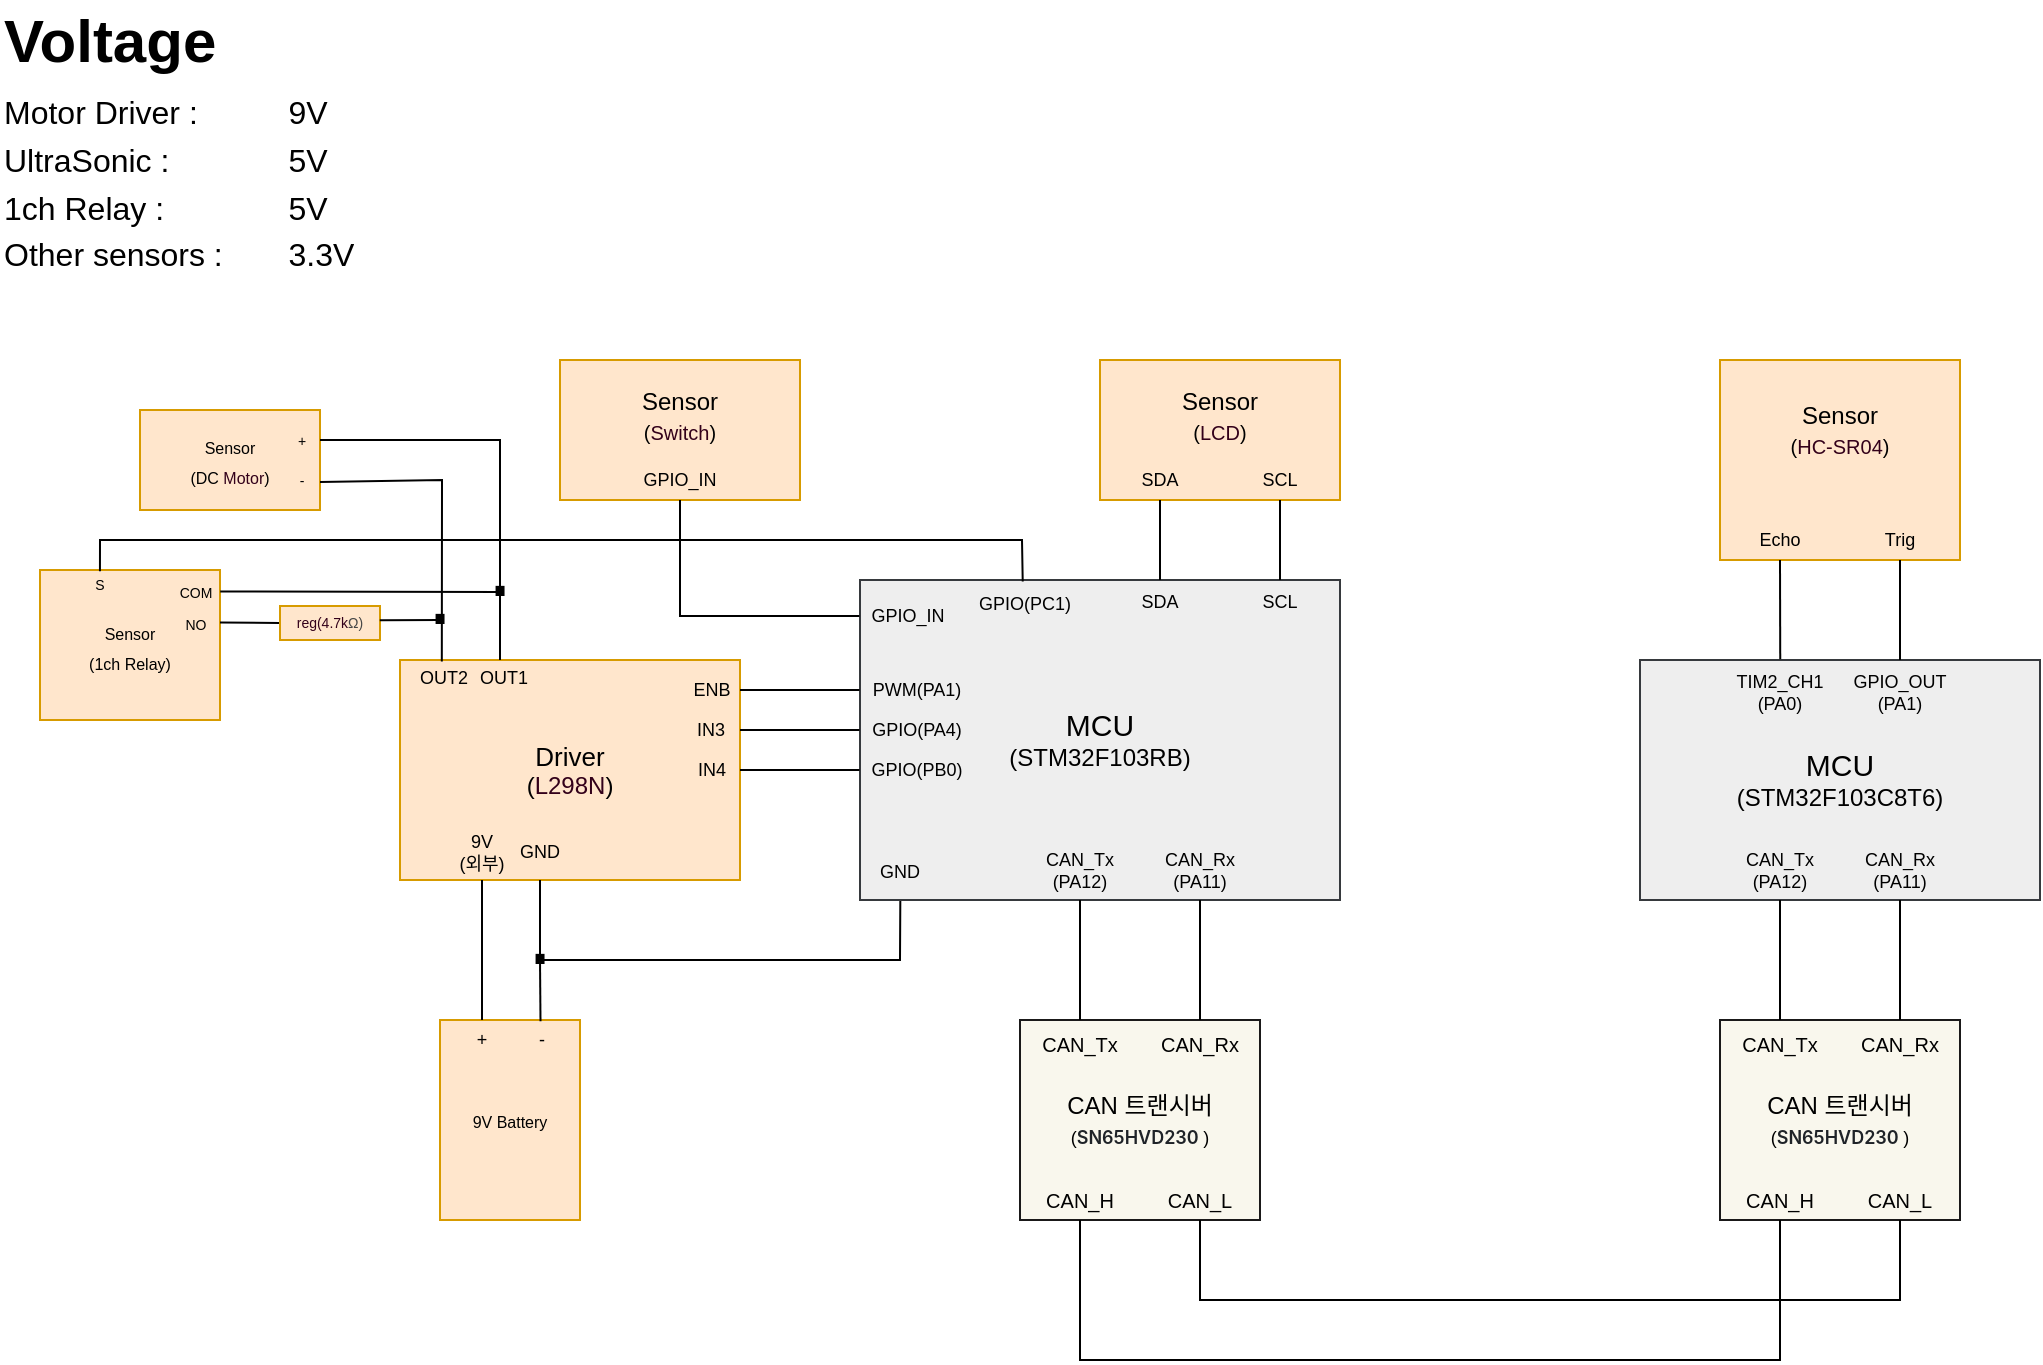
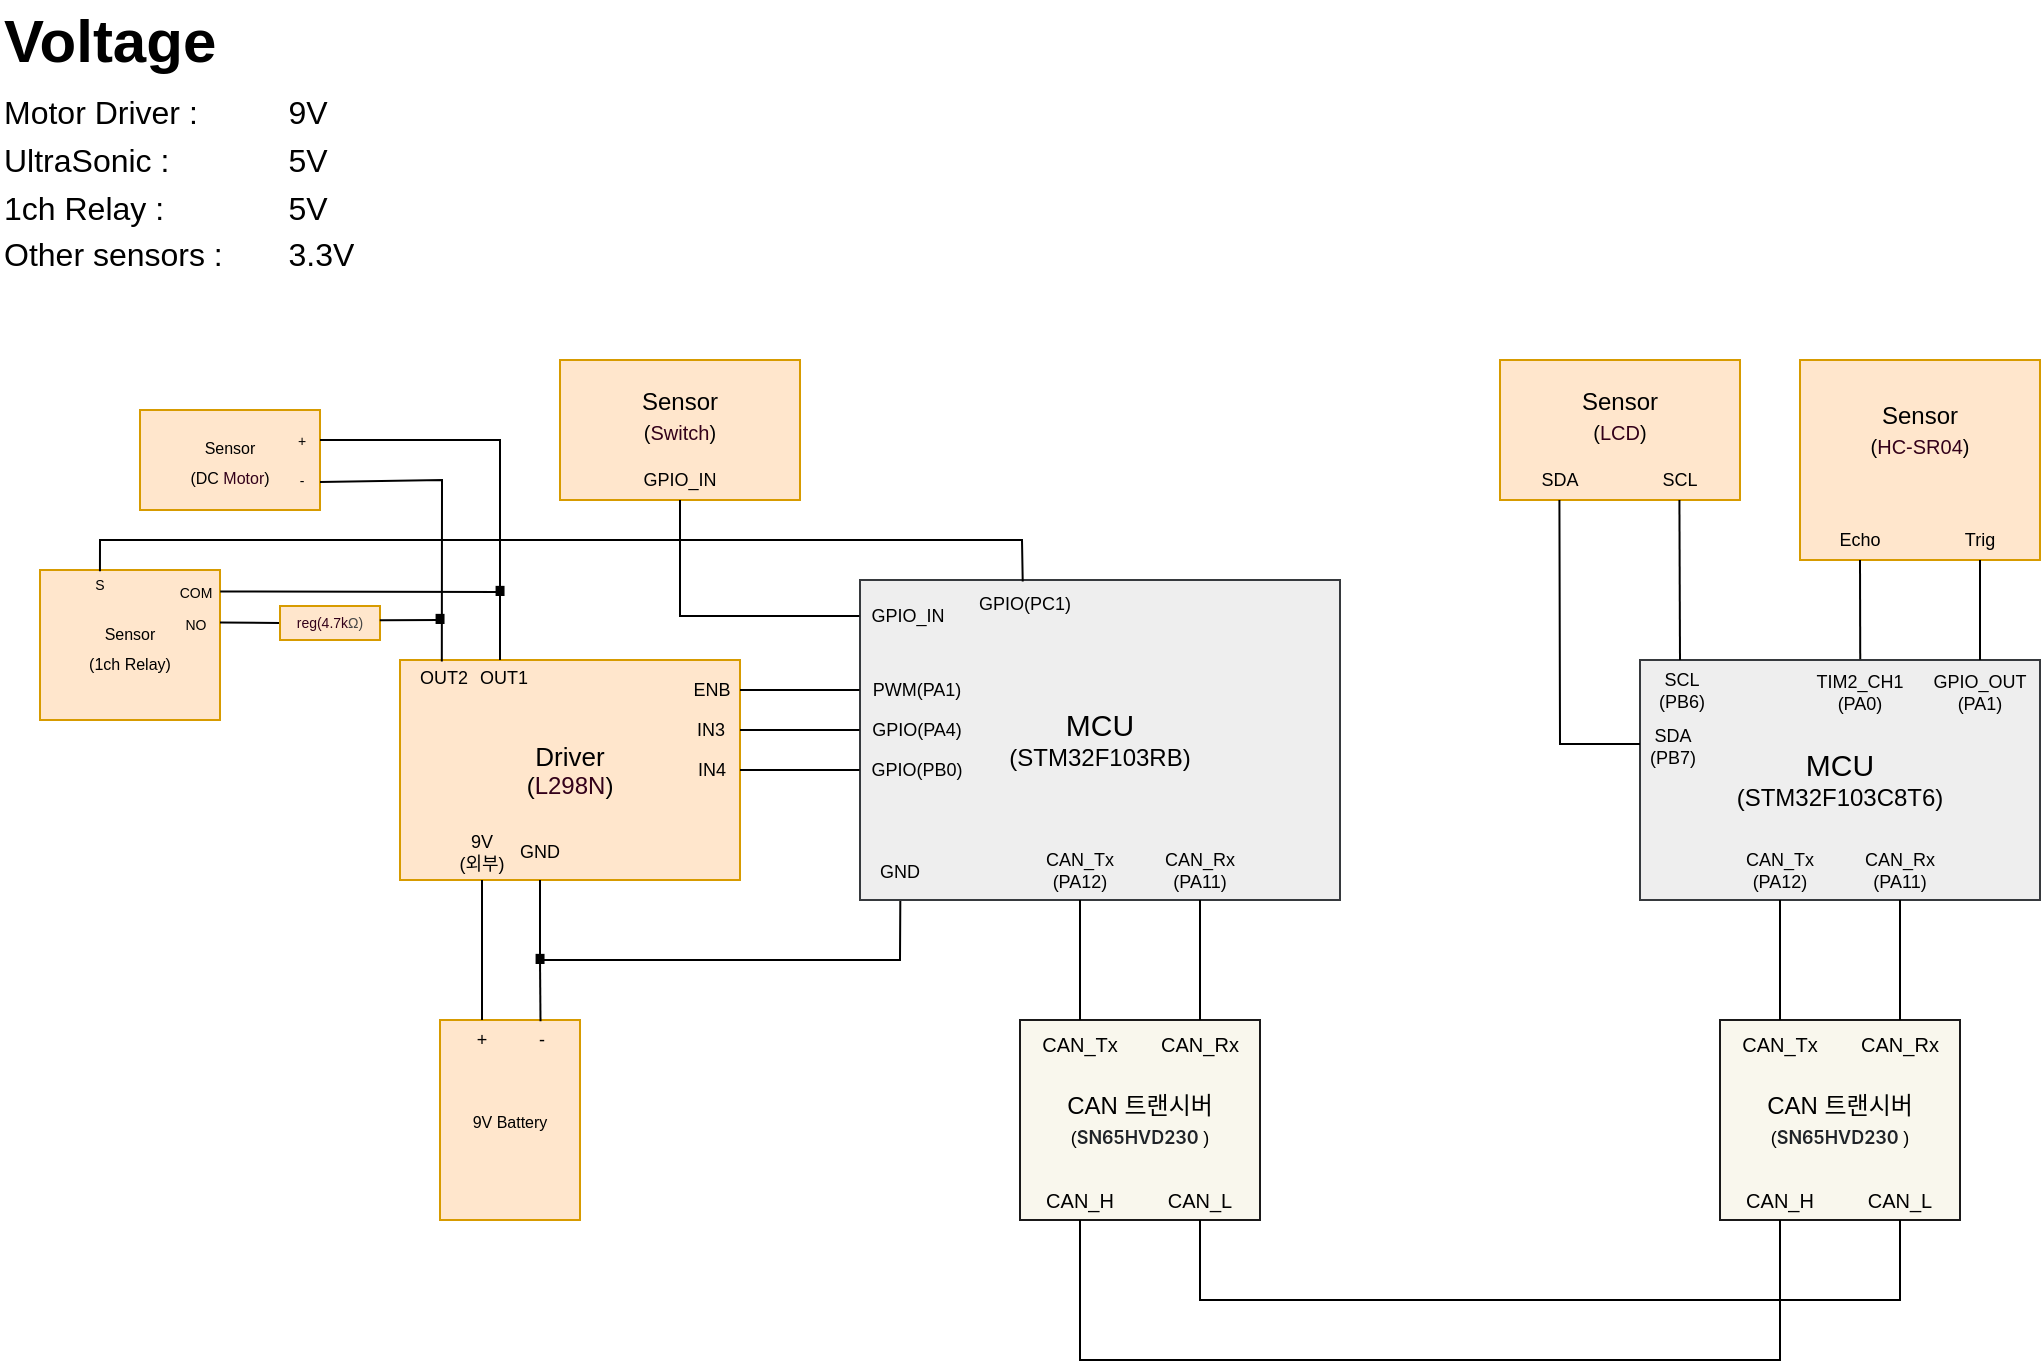
- <mxfile host="app.diagrams.net" agent="Mozilla/5.0 (Windows NT 10.0; Win64; x64) AppleWebKit/537.36 (KHTML, like Gecko) Chrome/135.0.0.0 Safari/537.36" version="26.2.14" pages="2">
+ <mxfile host="app.diagrams.net" agent="Mozilla/5.0 (Windows NT 10.0; Win64; x64) AppleWebKit/537.36 (KHTML, like Gecko) Chrome/136.0.0.0 Safari/537.36" version="26.2.14" pages="2">
  <diagram name="페이지-1" id="bV-VDJoUi6MywUOajjM0">
-     <mxGraphModel dx="1042" dy="623" grid="1" gridSize="10" guides="1" tooltips="1" connect="1" arrows="1" fold="1" page="1" pageScale="1" pageWidth="1169" pageHeight="827" math="0" shadow="0">
+     <mxGraphModel dx="289" dy="173" grid="1" gridSize="10" guides="1" tooltips="1" connect="1" arrows="1" fold="1" page="1" pageScale="1" pageWidth="1169" pageHeight="827" math="0" shadow="0">
      <root>
        <mxCell id="0" />
        <mxCell id="1" parent="0" />
        <mxCell id="6h7fnUpnQVIAR-fBUBs6-1" value="" style="rounded=0;whiteSpace=wrap;html=1;fillColor=#eeeeee;strokeColor=#36393d;" parent="1" vertex="1">
          <mxGeometry x="480" y="310" width="240" height="160" as="geometry" />
        </mxCell>
        <mxCell id="6h7fnUpnQVIAR-fBUBs6-3" value="" style="rounded=0;whiteSpace=wrap;html=1;fillColor=#eeeeee;strokeColor=#36393d;" parent="1" vertex="1">
          <mxGeometry x="870" y="350" width="200" height="120" as="geometry" />
        </mxCell>
        <mxCell id="6h7fnUpnQVIAR-fBUBs6-6" value="&lt;font style=&quot;font-size: 15px;&quot;&gt;MCU&lt;/font&gt;&lt;div&gt;(&lt;span style=&quot;background-color: transparent; color: light-dark(rgb(0, 0, 0), rgb(255, 255, 255));&quot;&gt;STM32F103RB)&lt;/span&gt;&lt;/div&gt;" style="text;html=1;align=center;verticalAlign=middle;whiteSpace=wrap;rounded=0;" parent="1" vertex="1">
          <mxGeometry x="480" y="310" width="240" height="160" as="geometry" />
        </mxCell>
        <mxCell id="6h7fnUpnQVIAR-fBUBs6-9" value="&lt;font style=&quot;font-size: 15px;&quot;&gt;MCU&lt;/font&gt;&lt;div&gt;(&lt;span style=&quot;background-color: transparent; color: light-dark(rgb(0, 0, 0), rgb(255, 255, 255));&quot;&gt;STM32F103C8T6)&lt;/span&gt;&lt;/div&gt;" style="text;html=1;align=center;verticalAlign=middle;whiteSpace=wrap;rounded=0;" parent="1" vertex="1">
          <mxGeometry x="915" y="395" width="110" height="30" as="geometry" />
        </mxCell>
        <mxCell id="6h7fnUpnQVIAR-fBUBs6-10" value="" style="rounded=0;whiteSpace=wrap;html=1;fillColor=#f9f7ed;strokeColor=light-dark(#1a1919, #261d00);strokeWidth=1;glass=0;" parent="1" vertex="1">
          <mxGeometry x="560" y="530" width="120" height="100" as="geometry" />
        </mxCell>
        <mxCell id="6h7fnUpnQVIAR-fBUBs6-12" value="" style="rounded=0;whiteSpace=wrap;html=1;fillColor=#f9f7ed;strokeColor=light-dark(#1a1919, #261d00);strokeWidth=1;glass=0;" parent="1" vertex="1">
          <mxGeometry x="910" y="530" width="120" height="100" as="geometry" />
        </mxCell>
        <mxCell id="6h7fnUpnQVIAR-fBUBs6-14" value="" style="endArrow=none;html=1;rounded=0;exitX=0.25;exitY=0;exitDx=0;exitDy=0;" parent="1" source="6h7fnUpnQVIAR-fBUBs6-10" edge="1">
          <mxGeometry width="50" height="50" relative="1" as="geometry">
            <mxPoint x="540" y="520" as="sourcePoint" />
            <mxPoint x="590" y="470" as="targetPoint" />
          </mxGeometry>
        </mxCell>
        <mxCell id="6h7fnUpnQVIAR-fBUBs6-15" value="" style="endArrow=none;html=1;rounded=0;exitX=0.25;exitY=0;exitDx=0;exitDy=0;" parent="1" edge="1">
          <mxGeometry width="50" height="50" relative="1" as="geometry">
            <mxPoint x="650" y="530" as="sourcePoint" />
            <mxPoint x="650" y="470" as="targetPoint" />
          </mxGeometry>
        </mxCell>
        <mxCell id="6h7fnUpnQVIAR-fBUBs6-16" value="" style="endArrow=none;html=1;rounded=0;exitX=0.25;exitY=0;exitDx=0;exitDy=0;" parent="1" edge="1">
          <mxGeometry width="50" height="50" relative="1" as="geometry">
            <mxPoint x="940" y="530" as="sourcePoint" />
            <mxPoint x="940" y="470" as="targetPoint" />
          </mxGeometry>
        </mxCell>
        <mxCell id="6h7fnUpnQVIAR-fBUBs6-17" value="" style="endArrow=none;html=1;rounded=0;exitX=0.25;exitY=0;exitDx=0;exitDy=0;" parent="1" edge="1">
          <mxGeometry width="50" height="50" relative="1" as="geometry">
            <mxPoint x="1000" y="530" as="sourcePoint" />
            <mxPoint x="1000" y="470" as="targetPoint" />
          </mxGeometry>
        </mxCell>
        <mxCell id="6h7fnUpnQVIAR-fBUBs6-20" value="&lt;span&gt;CAN_T&lt;/span&gt;x&lt;div&gt;(PA12)&lt;/div&gt;" style="text;html=1;align=center;verticalAlign=middle;whiteSpace=wrap;rounded=0;fontSize=9;" parent="1" vertex="1">
          <mxGeometry x="910" y="440" width="60" height="30" as="geometry" />
        </mxCell>
        <mxCell id="6h7fnUpnQVIAR-fBUBs6-21" value="&lt;span&gt;CAN_R&lt;/span&gt;x&lt;div&gt;(PA11)&lt;/div&gt;" style="text;html=1;align=center;verticalAlign=middle;whiteSpace=wrap;rounded=0;fontSize=9;" parent="1" vertex="1">
          <mxGeometry x="970" y="440" width="60" height="30" as="geometry" />
        </mxCell>
        <mxCell id="6h7fnUpnQVIAR-fBUBs6-22" value="&lt;span&gt;CAN_&lt;/span&gt;Rx" style="text;html=1;align=center;verticalAlign=middle;whiteSpace=wrap;rounded=0;fontSize=10;" parent="1" vertex="1">
          <mxGeometry x="970" y="527" width="60" height="30" as="geometry" />
        </mxCell>
        <mxCell id="6h7fnUpnQVIAR-fBUBs6-23" value="&lt;span&gt;CAN_&lt;/span&gt;Tx" style="text;html=1;align=center;verticalAlign=middle;whiteSpace=wrap;rounded=0;fontSize=10;" parent="1" vertex="1">
          <mxGeometry x="910" y="527" width="60" height="30" as="geometry" />
        </mxCell>
        <mxCell id="6h7fnUpnQVIAR-fBUBs6-24" value="&lt;span&gt;CAN_&lt;/span&gt;Rx" style="text;html=1;align=center;verticalAlign=middle;whiteSpace=wrap;rounded=0;fontSize=10;" parent="1" vertex="1">
          <mxGeometry x="620" y="527" width="60" height="30" as="geometry" />
        </mxCell>
        <mxCell id="6h7fnUpnQVIAR-fBUBs6-25" value="&lt;span&gt;CAN_&lt;/span&gt;Tx" style="text;html=1;align=center;verticalAlign=middle;whiteSpace=wrap;rounded=0;fontSize=10;" parent="1" vertex="1">
          <mxGeometry x="560" y="527" width="60" height="30" as="geometry" />
        </mxCell>
        <mxCell id="6h7fnUpnQVIAR-fBUBs6-26" value="CAN 트랜시버&lt;br&gt;&lt;div&gt;&lt;font style=&quot;font-size: 9px;&quot;&gt;(&lt;span style=&quot;box-sizing: border-box; font-weight: 600; color: rgb(31, 35, 40); font-family: -apple-system, BlinkMacSystemFont, &amp;quot;Segoe UI&amp;quot;, &amp;quot;Noto Sans&amp;quot;, Helvetica, Arial, sans-serif, &amp;quot;Apple Color Emoji&amp;quot;, &amp;quot;Segoe UI Emoji&amp;quot;; text-align: left;&quot;&gt;&lt;font style=&quot;&quot;&gt;SN65HVD230&amp;nbsp;&lt;/font&gt;&lt;/span&gt;&lt;span style=&quot;background-color: transparent; color: light-dark(rgb(0, 0, 0), rgb(255, 255, 255));&quot;&gt;)&lt;/span&gt;&lt;/font&gt;&lt;/div&gt;" style="text;html=1;align=center;verticalAlign=middle;whiteSpace=wrap;rounded=0;" parent="1" vertex="1">
          <mxGeometry x="565" y="565" width="110" height="30" as="geometry" />
        </mxCell>
        <mxCell id="6h7fnUpnQVIAR-fBUBs6-27" value="CAN 트랜시버&lt;br&gt;&lt;div&gt;&lt;font style=&quot;font-size: 9px;&quot;&gt;(&lt;span style=&quot;box-sizing: border-box; font-weight: 600; color: rgb(31, 35, 40); font-family: -apple-system, BlinkMacSystemFont, &amp;quot;Segoe UI&amp;quot;, &amp;quot;Noto Sans&amp;quot;, Helvetica, Arial, sans-serif, &amp;quot;Apple Color Emoji&amp;quot;, &amp;quot;Segoe UI Emoji&amp;quot;; text-align: left;&quot;&gt;&lt;font style=&quot;&quot;&gt;SN65HVD230&amp;nbsp;&lt;/font&gt;&lt;/span&gt;&lt;span style=&quot;background-color: transparent; color: light-dark(rgb(0, 0, 0), rgb(255, 255, 255));&quot;&gt;)&lt;/span&gt;&lt;/font&gt;&lt;/div&gt;" style="text;html=1;align=center;verticalAlign=middle;whiteSpace=wrap;rounded=0;" parent="1" vertex="1">
          <mxGeometry x="915" y="565" width="110" height="30" as="geometry" />
        </mxCell>
        <mxCell id="6h7fnUpnQVIAR-fBUBs6-28" value="&lt;span&gt;CAN_H&lt;/span&gt;" style="text;html=1;align=center;verticalAlign=middle;whiteSpace=wrap;rounded=0;fontSize=10;" parent="1" vertex="1">
          <mxGeometry x="560" y="605" width="60" height="30" as="geometry" />
        </mxCell>
        <mxCell id="6h7fnUpnQVIAR-fBUBs6-29" value="&lt;span&gt;CAN_L&lt;/span&gt;" style="text;html=1;align=center;verticalAlign=middle;whiteSpace=wrap;rounded=0;fontSize=10;" parent="1" vertex="1">
          <mxGeometry x="620" y="605" width="60" height="30" as="geometry" />
        </mxCell>
        <mxCell id="6h7fnUpnQVIAR-fBUBs6-30" value="&lt;span&gt;CAN_H&lt;/span&gt;" style="text;html=1;align=center;verticalAlign=middle;whiteSpace=wrap;rounded=0;fontSize=10;" parent="1" vertex="1">
          <mxGeometry x="910" y="605" width="60" height="30" as="geometry" />
        </mxCell>
        <mxCell id="6h7fnUpnQVIAR-fBUBs6-31" value="&lt;span&gt;CAN_L&lt;/span&gt;" style="text;html=1;align=center;verticalAlign=middle;whiteSpace=wrap;rounded=0;fontSize=10;" parent="1" vertex="1">
          <mxGeometry x="970" y="605" width="60" height="30" as="geometry" />
        </mxCell>
        <mxCell id="6h7fnUpnQVIAR-fBUBs6-32" value="" style="endArrow=none;html=1;rounded=0;entryX=0.5;entryY=0.833;entryDx=0;entryDy=0;entryPerimeter=0;" parent="1" target="6h7fnUpnQVIAR-fBUBs6-29" edge="1">
          <mxGeometry width="50" height="50" relative="1" as="geometry">
            <mxPoint x="1000" y="630" as="sourcePoint" />
            <mxPoint x="600" y="630" as="targetPoint" />
            <Array as="points">
              <mxPoint x="1000" y="670" />
              <mxPoint x="770" y="670" />
              <mxPoint x="650" y="670" />
            </Array>
          </mxGeometry>
        </mxCell>
        <mxCell id="6h7fnUpnQVIAR-fBUBs6-33" value="" style="endArrow=none;html=1;rounded=0;entryX=0.5;entryY=0.833;entryDx=0;entryDy=0;entryPerimeter=0;" parent="1" target="6h7fnUpnQVIAR-fBUBs6-28" edge="1">
          <mxGeometry width="50" height="50" relative="1" as="geometry">
            <mxPoint x="940" y="630" as="sourcePoint" />
            <mxPoint x="540" y="630" as="targetPoint" />
            <Array as="points">
              <mxPoint x="940" y="700" />
              <mxPoint x="710" y="700" />
              <mxPoint x="590" y="700" />
              <mxPoint x="590" y="670" />
            </Array>
          </mxGeometry>
        </mxCell>
        <mxCell id="6h7fnUpnQVIAR-fBUBs6-36" value="" style="rounded=0;whiteSpace=wrap;html=1;fillColor=#ffe6cc;strokeColor=#d79b00;" parent="1" vertex="1">
-           <mxGeometry x="910" y="200" width="120" height="100" as="geometry" />
+           <mxGeometry x="950" y="200" width="120" height="100" as="geometry" />
        </mxCell>
        <mxCell id="6h7fnUpnQVIAR-fBUBs6-37" value="&lt;font&gt;Sensor&lt;/font&gt;&lt;br&gt;&lt;div&gt;&lt;span&gt;&lt;font style=&quot;font-size: 10px;&quot;&gt;(&lt;span style=&quot;font-family: Arial, sans-serif; text-align: start;&quot;&gt;&lt;font style=&quot;color: rgb(51, 0, 26);&quot;&gt;HC-SR04&lt;/font&gt;&lt;/span&gt;&lt;span style=&quot;color: light-dark(rgb(0, 0, 0), rgb(255, 255, 255));&quot;&gt;)&lt;/span&gt;&lt;/font&gt;&lt;/span&gt;&lt;/div&gt;" style="text;html=1;align=center;verticalAlign=middle;whiteSpace=wrap;rounded=0;" parent="1" vertex="1">
-           <mxGeometry x="910" y="220.5" width="120" height="29" as="geometry" />
+           <mxGeometry x="950" y="220.5" width="120" height="29" as="geometry" />
        </mxCell>
        <mxCell id="6h7fnUpnQVIAR-fBUBs6-38" value="&lt;div&gt;&lt;div&gt;GPIO_OUT&lt;/div&gt;&lt;/div&gt;(PA1)" style="text;html=1;align=center;verticalAlign=middle;whiteSpace=wrap;rounded=0;fontSize=9;" parent="1" vertex="1">
-           <mxGeometry x="970" y="351" width="60" height="30" as="geometry" />
+           <mxGeometry x="1010" y="351" width="60" height="30" as="geometry" />
        </mxCell>
        <mxCell id="6h7fnUpnQVIAR-fBUBs6-39" value="&lt;div&gt;TIM2_CH1&lt;/div&gt;(PA0)" style="text;html=1;align=center;verticalAlign=middle;whiteSpace=wrap;rounded=0;fontSize=9;" parent="1" vertex="1">
-           <mxGeometry x="910" y="351" width="60" height="30" as="geometry" />
+           <mxGeometry x="950" y="351" width="60" height="30" as="geometry" />
        </mxCell>
        <mxCell id="6h7fnUpnQVIAR-fBUBs6-40" value="Echo" style="text;html=1;align=center;verticalAlign=middle;whiteSpace=wrap;rounded=0;fontSize=9;" parent="1" vertex="1">
-           <mxGeometry x="910" y="275" width="60" height="30" as="geometry" />
+           <mxGeometry x="950" y="275" width="60" height="30" as="geometry" />
        </mxCell>
        <mxCell id="6h7fnUpnQVIAR-fBUBs6-41" value="Trig" style="text;html=1;align=center;verticalAlign=middle;whiteSpace=wrap;rounded=0;fontSize=9;" parent="1" vertex="1">
-           <mxGeometry x="970" y="275" width="60" height="30" as="geometry" />
+           <mxGeometry x="1010" y="275" width="60" height="30" as="geometry" />
        </mxCell>
        <mxCell id="6h7fnUpnQVIAR-fBUBs6-42" value="" style="endArrow=none;html=1;rounded=0;exitX=0.502;exitY=-0.047;exitDx=0;exitDy=0;exitPerimeter=0;" parent="1" source="6h7fnUpnQVIAR-fBUBs6-39" edge="1">
          <mxGeometry width="50" height="50" relative="1" as="geometry">
-             <mxPoint x="940" y="360" as="sourcePoint" />
-             <mxPoint x="940" y="300" as="targetPoint" />
+             <mxPoint x="980" y="360" as="sourcePoint" />
+             <mxPoint x="980" y="300" as="targetPoint" />
          </mxGeometry>
        </mxCell>
        <mxCell id="6h7fnUpnQVIAR-fBUBs6-43" value="" style="endArrow=none;html=1;rounded=0;" parent="1" edge="1">
          <mxGeometry width="50" height="50" relative="1" as="geometry">
-             <mxPoint x="1000" y="350" as="sourcePoint" />
-             <mxPoint x="1000" y="300" as="targetPoint" />
+             <mxPoint x="1040" y="350" as="sourcePoint" />
+             <mxPoint x="1040" y="300" as="targetPoint" />
          </mxGeometry>
        </mxCell>
        <mxCell id="6h7fnUpnQVIAR-fBUBs6-44" value="" style="rounded=0;whiteSpace=wrap;html=1;fillColor=#ffe6cc;strokeColor=#d79b00;" parent="1" vertex="1">
-           <mxGeometry x="600" y="200" width="120" height="70" as="geometry" />
+           <mxGeometry x="800" y="200" width="120" height="70" as="geometry" />
        </mxCell>
        <mxCell id="6h7fnUpnQVIAR-fBUBs6-45" value="&lt;font&gt;Sensor&lt;/font&gt;&lt;br&gt;&lt;div style=&quot;&quot;&gt;&lt;span&gt;&lt;font style=&quot;font-size: 10px;&quot;&gt;(&lt;font face=&quot;Arial, sans-serif&quot; color=&quot;#33001a&quot;&gt;LCD&lt;/font&gt;&lt;span style=&quot;color: light-dark(rgb(0, 0, 0), rgb(255, 255, 255));&quot;&gt;)&lt;/span&gt;&lt;/font&gt;&lt;/span&gt;&lt;/div&gt;" style="text;html=1;align=center;verticalAlign=middle;whiteSpace=wrap;rounded=0;" parent="1" vertex="1">
-           <mxGeometry x="600" y="213" width="120" height="29" as="geometry" />
+           <mxGeometry x="800" y="213" width="120" height="29" as="geometry" />
        </mxCell>
        <mxCell id="6h7fnUpnQVIAR-fBUBs6-46" value="SDA" style="text;html=1;align=center;verticalAlign=middle;whiteSpace=wrap;rounded=0;fontSize=9;" parent="1" vertex="1">
-           <mxGeometry x="600" y="245" width="60" height="30" as="geometry" />
+           <mxGeometry x="800" y="245" width="60" height="30" as="geometry" />
        </mxCell>
        <mxCell id="6h7fnUpnQVIAR-fBUBs6-47" value="SCL" style="text;html=1;align=center;verticalAlign=middle;whiteSpace=wrap;rounded=0;fontSize=9;" parent="1" vertex="1">
-           <mxGeometry x="660" y="245" width="60" height="30" as="geometry" />
-         </mxCell>
-         <mxCell id="6h7fnUpnQVIAR-fBUBs6-48" value="SCL" style="text;html=1;align=center;verticalAlign=middle;whiteSpace=wrap;rounded=0;fontSize=9;" parent="1" vertex="1">
-           <mxGeometry x="660" y="306" width="60" height="30" as="geometry" />
-         </mxCell>
-         <mxCell id="6h7fnUpnQVIAR-fBUBs6-49" value="SDA" style="text;html=1;align=center;verticalAlign=middle;whiteSpace=wrap;rounded=0;fontSize=9;" parent="1" vertex="1">
-           <mxGeometry x="600" y="306" width="60" height="30" as="geometry" />
-         </mxCell>
-         <mxCell id="6h7fnUpnQVIAR-fBUBs6-50" value="" style="endArrow=none;html=1;rounded=0;exitX=0.5;exitY=0.133;exitDx=0;exitDy=0;exitPerimeter=0;" parent="1" source="6h7fnUpnQVIAR-fBUBs6-49" edge="1">
-           <mxGeometry width="50" height="50" relative="1" as="geometry">
-             <mxPoint x="630" y="300" as="sourcePoint" />
-             <mxPoint x="630" y="270" as="targetPoint" />
-           </mxGeometry>
-         </mxCell>
-         <mxCell id="6h7fnUpnQVIAR-fBUBs6-51" value="" style="endArrow=none;html=1;rounded=0;exitX=0.5;exitY=0.133;exitDx=0;exitDy=0;exitPerimeter=0;" parent="1" source="6h7fnUpnQVIAR-fBUBs6-48" edge="1">
-           <mxGeometry width="50" height="50" relative="1" as="geometry">
-             <mxPoint x="690" y="300" as="sourcePoint" />
-             <mxPoint x="690" y="270" as="targetPoint" />
+           <mxGeometry x="860" y="245" width="60" height="30" as="geometry" />
+         </mxCell>
+         <mxCell id="6h7fnUpnQVIAR-fBUBs6-48" value="SCL&lt;div&gt;(PB6)&lt;/div&gt;" style="text;html=1;align=center;verticalAlign=middle;whiteSpace=wrap;rounded=0;fontSize=9;" parent="1" vertex="1">
+           <mxGeometry x="861" y="350" width="60" height="30" as="geometry" />
+         </mxCell>
+         <mxCell id="6h7fnUpnQVIAR-fBUBs6-49" value="SDA&lt;div&gt;(PB7)&lt;/div&gt;" style="text;html=1;align=center;verticalAlign=middle;whiteSpace=wrap;rounded=0;fontSize=9;" parent="1" vertex="1">
+           <mxGeometry x="856" y="378" width="61" height="30" as="geometry" />
+         </mxCell>
+         <mxCell id="6h7fnUpnQVIAR-fBUBs6-50" value="" style="endArrow=none;html=1;rounded=0;" parent="1" edge="1">
+           <mxGeometry width="50" height="50" relative="1" as="geometry">
+             <mxPoint x="870" y="392" as="sourcePoint" />
+             <mxPoint x="829.71" y="270" as="targetPoint" />
+             <Array as="points">
+               <mxPoint x="830" y="392" />
+             </Array>
+           </mxGeometry>
+         </mxCell>
+         <mxCell id="6h7fnUpnQVIAR-fBUBs6-51" value="" style="endArrow=none;html=1;rounded=0;" parent="1" edge="1">
+           <mxGeometry width="50" height="50" relative="1" as="geometry">
+             <mxPoint x="890" y="350" as="sourcePoint" />
+             <mxPoint x="889.71" y="270" as="targetPoint" />
          </mxGeometry>
        </mxCell>
        <mxCell id="6h7fnUpnQVIAR-fBUBs6-52" value="" style="rounded=0;whiteSpace=wrap;html=1;fillColor=#ffe6cc;strokeColor=#d79b00;" parent="1" vertex="1">
          <mxGeometry x="330" y="200" width="120" height="70" as="geometry" />
        </mxCell>
        <mxCell id="6h7fnUpnQVIAR-fBUBs6-53" value="&lt;font&gt;Sensor&lt;/font&gt;&lt;br&gt;&lt;div style=&quot;&quot;&gt;&lt;span&gt;&lt;font style=&quot;font-size: 10px;&quot;&gt;(&lt;font face=&quot;Arial, sans-serif&quot; color=&quot;#33001a&quot;&gt;Switch&lt;/font&gt;&lt;span style=&quot;color: light-dark(rgb(0, 0, 0), rgb(255, 255, 255));&quot;&gt;)&lt;/span&gt;&lt;/font&gt;&lt;/span&gt;&lt;/div&gt;" style="text;html=1;align=center;verticalAlign=middle;whiteSpace=wrap;rounded=0;" parent="1" vertex="1">
          <mxGeometry x="330" y="213" width="120" height="29" as="geometry" />
        </mxCell>
        <mxCell id="6h7fnUpnQVIAR-fBUBs6-54" value="GPIO_IN" style="text;html=1;align=center;verticalAlign=middle;whiteSpace=wrap;rounded=0;fontSize=9;" parent="1" vertex="1">
          <mxGeometry x="360" y="245" width="60" height="30" as="geometry" />
        </mxCell>
        <mxCell id="6h7fnUpnQVIAR-fBUBs6-56" value="" style="endArrow=none;html=1;rounded=0;exitX=0.05;exitY=0.5;exitDx=0;exitDy=0;exitPerimeter=0;" parent="1" source="6h7fnUpnQVIAR-fBUBs6-57" edge="1">
          <mxGeometry width="50" height="50" relative="1" as="geometry">
            <mxPoint x="540" y="490" as="sourcePoint" />
            <mxPoint x="390" y="270" as="targetPoint" />
            <Array as="points">
              <mxPoint x="390" y="328" />
            </Array>
          </mxGeometry>
        </mxCell>
        <mxCell id="6h7fnUpnQVIAR-fBUBs6-57" value="GPIO_IN" style="text;html=1;align=center;verticalAlign=middle;whiteSpace=wrap;rounded=0;fontSize=9;" parent="1" vertex="1">
          <mxGeometry x="477" y="308" width="54" height="40" as="geometry" />
        </mxCell>
        <mxCell id="6h7fnUpnQVIAR-fBUBs6-58" value="" style="rounded=0;whiteSpace=wrap;html=1;fillColor=#ffe6cc;strokeColor=#d79b00;" parent="1" vertex="1">
          <mxGeometry x="250" y="350" width="170" height="110" as="geometry" />
        </mxCell>
        <mxCell id="6h7fnUpnQVIAR-fBUBs6-59" value="&lt;font&gt;&lt;font style=&quot;font-size: 13px;&quot;&gt;Driver&lt;/font&gt;&lt;br&gt;&lt;/font&gt;&lt;div style=&quot;&quot;&gt;&lt;span&gt;&lt;font&gt;(&lt;font face=&quot;Arial, sans-serif&quot; color=&quot;#33001a&quot;&gt;L298N&lt;/font&gt;&lt;span style=&quot;color: light-dark(rgb(0, 0, 0), rgb(255, 255, 255));&quot;&gt;)&lt;/span&gt;&lt;/font&gt;&lt;/span&gt;&lt;/div&gt;" style="text;html=1;align=center;verticalAlign=middle;whiteSpace=wrap;rounded=0;" parent="1" vertex="1">
          <mxGeometry x="250" y="350" width="170" height="110" as="geometry" />
        </mxCell>
        <mxCell id="6h7fnUpnQVIAR-fBUBs6-60" value="ENB" style="text;html=1;align=center;verticalAlign=middle;whiteSpace=wrap;rounded=0;fontSize=9;" parent="1" vertex="1">
          <mxGeometry x="386" y="350" width="40" height="30" as="geometry" />
        </mxCell>
        <mxCell id="6h7fnUpnQVIAR-fBUBs6-67" value="" style="endArrow=none;html=1;rounded=0;entryX=0.069;entryY=0.501;entryDx=0;entryDy=0;entryPerimeter=0;exitX=0.85;exitY=0.501;exitDx=0;exitDy=0;exitPerimeter=0;" parent="1" source="6h7fnUpnQVIAR-fBUBs6-60" edge="1">
          <mxGeometry width="50" height="50" relative="1" as="geometry">
            <mxPoint x="449.4" y="365.35999999999996" as="sourcePoint" />
            <mxPoint x="479.76" y="365.03" as="targetPoint" />
          </mxGeometry>
        </mxCell>
        <mxCell id="6h7fnUpnQVIAR-fBUBs6-69" value="PWM(PA1)" style="text;html=1;align=center;verticalAlign=middle;whiteSpace=wrap;rounded=0;fontSize=9;" parent="1" vertex="1">
          <mxGeometry x="477" y="350" width="63" height="30" as="geometry" />
        </mxCell>
        <mxCell id="_FvLLy5niA9-FDdcqiTg-1" value="" style="endArrow=none;html=1;rounded=0;entryX=0.069;entryY=0.501;entryDx=0;entryDy=0;entryPerimeter=0;exitX=1;exitY=0.318;exitDx=0;exitDy=0;exitPerimeter=0;" parent="1" source="6h7fnUpnQVIAR-fBUBs6-59" edge="1">
          <mxGeometry width="50" height="50" relative="1" as="geometry">
            <mxPoint x="440" y="385" as="sourcePoint" />
            <mxPoint x="479.76" y="385.03" as="targetPoint" />
          </mxGeometry>
        </mxCell>
        <mxCell id="_FvLLy5niA9-FDdcqiTg-2" value="" style="endArrow=none;html=1;rounded=0;entryX=0.069;entryY=0.501;entryDx=0;entryDy=0;exitX=1;exitY=0.5;exitDx=0;exitDy=0;entryPerimeter=0;" parent="1" source="6h7fnUpnQVIAR-fBUBs6-59" edge="1">
          <mxGeometry width="50" height="50" relative="1" as="geometry">
            <mxPoint x="449.4" y="405.35999999999996" as="sourcePoint" />
            <mxPoint x="479.76" y="405.03" as="targetPoint" />
          </mxGeometry>
        </mxCell>
        <mxCell id="_FvLLy5niA9-FDdcqiTg-3" value="IN3" style="text;html=1;align=center;verticalAlign=middle;whiteSpace=wrap;rounded=0;fontSize=9;" parent="1" vertex="1">
          <mxGeometry x="383" y="370" width="45" height="30" as="geometry" />
        </mxCell>
        <mxCell id="_FvLLy5niA9-FDdcqiTg-4" value="IN4" style="text;html=1;align=center;verticalAlign=middle;whiteSpace=wrap;rounded=0;fontSize=9;" parent="1" vertex="1">
          <mxGeometry x="386" y="390" width="40" height="30" as="geometry" />
        </mxCell>
        <mxCell id="_FvLLy5niA9-FDdcqiTg-5" value="GPIO(PA4)" style="text;html=1;align=center;verticalAlign=middle;whiteSpace=wrap;rounded=0;fontSize=9;" parent="1" vertex="1">
          <mxGeometry x="477" y="370" width="63" height="30" as="geometry" />
        </mxCell>
        <mxCell id="_FvLLy5niA9-FDdcqiTg-6" value="GPIO(PB0)" style="text;html=1;align=center;verticalAlign=middle;whiteSpace=wrap;rounded=0;fontSize=9;" parent="1" vertex="1">
          <mxGeometry x="477" y="390" width="63" height="30" as="geometry" />
        </mxCell>
        <mxCell id="_FvLLy5niA9-FDdcqiTg-10" value="" style="rounded=0;whiteSpace=wrap;html=1;fillColor=#ffe6cc;strokeColor=#d79b00;" parent="1" vertex="1">
          <mxGeometry x="120" y="225" width="90" height="50" as="geometry" />
        </mxCell>
        <mxCell id="_FvLLy5niA9-FDdcqiTg-12" value="&lt;font style=&quot;font-size: 8px;&quot;&gt;&lt;font style=&quot;&quot;&gt;Sensor&lt;/font&gt;&lt;br&gt;&lt;/font&gt;&lt;div style=&quot;&quot;&gt;&lt;span&gt;&lt;font style=&quot;font-size: 8px;&quot;&gt;(DC&amp;nbsp;&lt;font face=&quot;Arial, sans-serif&quot; color=&quot;#33001a&quot;&gt;Motor&lt;/font&gt;&lt;span style=&quot;color: light-dark(rgb(0, 0, 0), rgb(255, 255, 255));&quot;&gt;)&lt;/span&gt;&lt;/font&gt;&lt;/span&gt;&lt;/div&gt;" style="text;html=1;align=center;verticalAlign=middle;whiteSpace=wrap;rounded=0;" parent="1" vertex="1">
          <mxGeometry x="120" y="225" width="90" height="50" as="geometry" />
        </mxCell>
        <mxCell id="_FvLLy5niA9-FDdcqiTg-18" value="9V&lt;br&gt;(외부)" style="text;html=1;align=center;verticalAlign=middle;whiteSpace=wrap;rounded=0;fontSize=9;" parent="1" vertex="1">
          <mxGeometry x="276" y="436" width="30" height="20" as="geometry" />
        </mxCell>
        <mxCell id="_FvLLy5niA9-FDdcqiTg-19" value="GND" style="text;html=1;align=center;verticalAlign=middle;whiteSpace=wrap;rounded=0;fontSize=9;" parent="1" vertex="1">
          <mxGeometry x="305" y="436" width="30" height="20" as="geometry" />
        </mxCell>
        <mxCell id="_FvLLy5niA9-FDdcqiTg-20" value="" style="endArrow=none;html=1;rounded=0;exitX=0.084;exitY=1.003;exitDx=0;exitDy=0;exitPerimeter=0;" parent="1" source="6h7fnUpnQVIAR-fBUBs6-6" edge="1">
          <mxGeometry width="50" height="50" relative="1" as="geometry">
            <mxPoint x="500" y="497" as="sourcePoint" />
            <mxPoint x="320" y="460" as="targetPoint" />
            <Array as="points">
              <mxPoint x="500" y="500" />
              <mxPoint x="320" y="500" />
            </Array>
          </mxGeometry>
        </mxCell>
        <mxCell id="_FvLLy5niA9-FDdcqiTg-27" value="" style="rounded=0;whiteSpace=wrap;html=1;fillColor=#ffe6cc;strokeColor=#d79b00;" parent="1" vertex="1">
          <mxGeometry x="270" y="530" width="70" height="100" as="geometry" />
        </mxCell>
        <mxCell id="_FvLLy5niA9-FDdcqiTg-28" value="&lt;span style=&quot;font-size: 8px;&quot;&gt;9V Battery&lt;/span&gt;" style="text;html=1;align=center;verticalAlign=middle;whiteSpace=wrap;rounded=0;" parent="1" vertex="1">
          <mxGeometry x="270" y="530" width="70" height="100" as="geometry" />
        </mxCell>
        <mxCell id="_FvLLy5niA9-FDdcqiTg-35" value="OUT1" style="text;html=1;align=center;verticalAlign=middle;whiteSpace=wrap;rounded=0;fontSize=9;" parent="1" vertex="1">
          <mxGeometry x="291" y="354" width="22" height="10" as="geometry" />
        </mxCell>
        <mxCell id="ZNe67Z8rfyecnqNgnsBk-1" value="&lt;span&gt;CAN_T&lt;/span&gt;x&lt;div&gt;(PA12)&lt;/div&gt;" style="text;html=1;align=center;verticalAlign=middle;whiteSpace=wrap;rounded=0;fontSize=9;" parent="1" vertex="1">
          <mxGeometry x="560" y="440" width="60" height="30" as="geometry" />
        </mxCell>
        <mxCell id="ZNe67Z8rfyecnqNgnsBk-2" value="&lt;span&gt;CAN_R&lt;/span&gt;x&lt;div&gt;(PA11)&lt;/div&gt;" style="text;html=1;align=center;verticalAlign=middle;whiteSpace=wrap;rounded=0;fontSize=9;" parent="1" vertex="1">
          <mxGeometry x="620" y="440" width="60" height="30" as="geometry" />
        </mxCell>
        <mxCell id="4tRv8Omye4SSDMSUdsZj-5" value="+" style="text;html=1;align=center;verticalAlign=middle;whiteSpace=wrap;rounded=0;fontSize=9;" parent="1" vertex="1">
          <mxGeometry x="276" y="530" width="30" height="20" as="geometry" />
        </mxCell>
        <mxCell id="4tRv8Omye4SSDMSUdsZj-6" value="-" style="text;html=1;align=center;verticalAlign=middle;whiteSpace=wrap;rounded=0;fontSize=9;" parent="1" vertex="1">
          <mxGeometry x="306" y="530" width="30" height="20" as="geometry" />
        </mxCell>
        <mxCell id="4tRv8Omye4SSDMSUdsZj-7" value="" style="endArrow=none;html=1;rounded=0;entryX=0.475;entryY=0.03;entryDx=0;entryDy=0;entryPerimeter=0;" parent="1" target="4tRv8Omye4SSDMSUdsZj-6" edge="1">
          <mxGeometry width="50" height="50" relative="1" as="geometry">
            <mxPoint x="320" y="500" as="sourcePoint" />
            <mxPoint x="420" y="517" as="targetPoint" />
          </mxGeometry>
        </mxCell>
        <mxCell id="4tRv8Omye4SSDMSUdsZj-8" value="" style="endArrow=none;html=1;rounded=0;exitX=0.5;exitY=0;exitDx=0;exitDy=0;" parent="1" source="4tRv8Omye4SSDMSUdsZj-5" edge="1">
          <mxGeometry width="50" height="50" relative="1" as="geometry">
            <mxPoint x="320" y="530" as="sourcePoint" />
            <mxPoint x="291" y="460" as="targetPoint" />
          </mxGeometry>
        </mxCell>
        <mxCell id="4tRv8Omye4SSDMSUdsZj-9" value="OUT2" style="text;html=1;align=center;verticalAlign=middle;whiteSpace=wrap;rounded=0;fontSize=9;" parent="1" vertex="1">
          <mxGeometry x="261" y="354" width="22" height="10" as="geometry" />
        </mxCell>
        <mxCell id="4tRv8Omye4SSDMSUdsZj-10" value="" style="rounded=0;whiteSpace=wrap;html=1;fillColor=#ffe6cc;strokeColor=#d79b00;" parent="1" vertex="1">
          <mxGeometry x="70" y="305" width="90" height="75" as="geometry" />
        </mxCell>
        <mxCell id="4tRv8Omye4SSDMSUdsZj-11" value="&lt;font style=&quot;font-size: 8px;&quot;&gt;&lt;font style=&quot;&quot;&gt;Sensor&lt;/font&gt;&lt;br&gt;&lt;/font&gt;&lt;div style=&quot;&quot;&gt;&lt;span&gt;&lt;font style=&quot;font-size: 8px;&quot;&gt;(1ch Relay&lt;span style=&quot;color: light-dark(rgb(0, 0, 0), rgb(255, 255, 255));&quot;&gt;)&lt;/span&gt;&lt;/font&gt;&lt;/span&gt;&lt;/div&gt;" style="text;html=1;align=center;verticalAlign=middle;whiteSpace=wrap;rounded=0;" parent="1" vertex="1">
          <mxGeometry x="70" y="305" width="90" height="75" as="geometry" />
        </mxCell>
        <mxCell id="4tRv8Omye4SSDMSUdsZj-12" value="GND" style="text;html=1;align=center;verticalAlign=middle;whiteSpace=wrap;rounded=0;fontSize=9;" parent="1" vertex="1">
          <mxGeometry x="485" y="446" width="30" height="20" as="geometry" />
        </mxCell>
        <mxCell id="4tRv8Omye4SSDMSUdsZj-15" value="" style="endArrow=none;html=1;rounded=0;entryX=0.8;entryY=0.5;entryDx=0;entryDy=0;entryPerimeter=0;" parent="1" target="4tRv8Omye4SSDMSUdsZj-16" edge="1">
          <mxGeometry width="50" height="50" relative="1" as="geometry">
            <mxPoint x="300" y="350" as="sourcePoint" />
            <mxPoint x="300" y="240" as="targetPoint" />
            <Array as="points">
              <mxPoint x="300" y="240" />
            </Array>
          </mxGeometry>
        </mxCell>
        <mxCell id="4tRv8Omye4SSDMSUdsZj-16" value="&lt;font style=&quot;font-size: 7px;&quot;&gt;+&lt;/font&gt;" style="text;html=1;align=center;verticalAlign=middle;whiteSpace=wrap;rounded=0;fontSize=9;" parent="1" vertex="1">
          <mxGeometry x="186" y="230" width="30" height="20" as="geometry" />
        </mxCell>
        <mxCell id="4tRv8Omye4SSDMSUdsZj-17" value="&lt;font style=&quot;font-size: 7px;&quot;&gt;-&lt;/font&gt;" style="text;html=1;align=center;verticalAlign=middle;whiteSpace=wrap;rounded=0;fontSize=9;" parent="1" vertex="1">
          <mxGeometry x="186" y="250" width="30" height="20" as="geometry" />
        </mxCell>
        <mxCell id="4tRv8Omye4SSDMSUdsZj-19" value="&lt;span style=&quot;font-size: 7px;&quot;&gt;COM&lt;/span&gt;" style="text;html=1;align=center;verticalAlign=middle;whiteSpace=wrap;rounded=0;fontSize=9;" parent="1" vertex="1">
          <mxGeometry x="137" y="311" width="22" height="10" as="geometry" />
        </mxCell>
        <mxCell id="4tRv8Omye4SSDMSUdsZj-20" value="&lt;span style=&quot;font-size: 7px;&quot;&gt;NO&lt;/span&gt;" style="text;html=1;align=center;verticalAlign=middle;whiteSpace=wrap;rounded=0;fontSize=9;" parent="1" vertex="1">
          <mxGeometry x="137" y="326.5" width="22" height="10" as="geometry" />
        </mxCell>
        <mxCell id="4tRv8Omye4SSDMSUdsZj-21" value="" style="endArrow=none;html=1;rounded=0;exitX=0.998;exitY=0.328;exitDx=0;exitDy=0;exitPerimeter=0;entryX=0;entryY=0.5;entryDx=0;entryDy=0;" parent="1" target="4tRv8Omye4SSDMSUdsZj-25" edge="1">
          <mxGeometry width="50" height="50" relative="1" as="geometry">
            <mxPoint x="160" y="331.29999999999995" as="sourcePoint" />
            <mxPoint x="200.18" y="331.7" as="targetPoint" />
          </mxGeometry>
        </mxCell>
        <mxCell id="4tRv8Omye4SSDMSUdsZj-22" value="" style="endArrow=none;html=1;rounded=0;exitX=1.001;exitY=0.143;exitDx=0;exitDy=0;exitPerimeter=0;" parent="1" source="4tRv8Omye4SSDMSUdsZj-11" edge="1">
          <mxGeometry width="50" height="50" relative="1" as="geometry">
            <mxPoint x="210" y="315.88" as="sourcePoint" />
            <mxPoint x="300" y="316" as="targetPoint" />
          </mxGeometry>
        </mxCell>
        <mxCell id="4tRv8Omye4SSDMSUdsZj-24" value="" style="endArrow=none;html=1;rounded=0;entryX=0.8;entryY=0.5;entryDx=0;entryDy=0;entryPerimeter=0;exitX=0.123;exitY=0.007;exitDx=0;exitDy=0;exitPerimeter=0;" parent="1" source="6h7fnUpnQVIAR-fBUBs6-59" edge="1">
          <mxGeometry width="50" height="50" relative="1" as="geometry">
            <mxPoint x="300" y="371" as="sourcePoint" />
            <mxPoint x="210" y="261" as="targetPoint" />
            <Array as="points">
              <mxPoint x="271" y="260" />
            </Array>
          </mxGeometry>
        </mxCell>
        <mxCell id="4tRv8Omye4SSDMSUdsZj-25" value="" style="rounded=0;whiteSpace=wrap;html=1;fillColor=#ffe6cc;strokeColor=#d79b00;" parent="1" vertex="1">
          <mxGeometry x="190" y="323" width="50" height="17" as="geometry" />
        </mxCell>
        <mxCell id="4tRv8Omye4SSDMSUdsZj-27" value="" style="endArrow=none;html=1;rounded=0;exitX=0.998;exitY=0.42;exitDx=0;exitDy=0;exitPerimeter=0;" parent="1" source="4tRv8Omye4SSDMSUdsZj-25" edge="1">
          <mxGeometry width="50" height="50" relative="1" as="geometry">
            <mxPoint x="210" y="360" as="sourcePoint" />
            <mxPoint x="270" y="330" as="targetPoint" />
          </mxGeometry>
        </mxCell>
        <mxCell id="4tRv8Omye4SSDMSUdsZj-28" value="&lt;span&gt;&lt;font&gt;&lt;font style=&quot;color: light-dark(rgb(51, 0, 26), rgb(255, 215, 237)); font-size: 7px;&quot;&gt;reg(4.7k&lt;/font&gt;&lt;/font&gt;&lt;/span&gt;&lt;span style=&quot;color: rgb(71, 71, 71); font-family: Arial, sans-serif; text-align: start;&quot;&gt;&lt;font style=&quot;font-size: 7px;&quot;&gt;Ω&lt;/font&gt;&lt;/span&gt;&lt;span&gt;&lt;font&gt;&lt;span style=&quot;color: rgba(0, 0, 0, 0); font-family: monospace; text-align: start; text-wrap-mode: nowrap;&quot;&gt;&lt;span style=&quot;font-size: 0px;&quot;&gt;%3CmxGraphModel%3E%3Croot%3E%3CmxCell%20id%3D%220%22%2F%3E%3CmxCell%20id%3D%221%22%20parent%3D%220%22%2F%3E%3CmxCell%20id%3D%222%22%20value%3D%22%22%20style%3D%22endArrow%3Dnone%3Bhtml%3D1%3Brounded%3D0%3BexitX%3D0.998%3BexitY%3D0.328%3BexitDx%3D0%3BexitDy%3D0%3BexitPerimeter%3D0%3BentryX%3D0%3BentryY%3D0.5%3BentryDx%3D0%3BentryDy%3D0%3B%22%20edge%3D%221%22%20parent%3D%221%22%3E%3CmxGeometry%20width%3D%2250%22%20height%3D%2250%22%20relative%3D%221%22%20as%3D%22geometry%22%3E%3CmxPoint%20x%3D%22160%22%20y%3D%22331.29999999999995%22%20as%3D%22sourcePoint%22%2F%3E%3CmxPoint%20x%3D%22190%22%20y%3D%22332%22%20as%3D%22targetPoint%22%2F%3E%3C%2FmxGeometry%3E%3C%2FmxCell%3E%3C%2Froot%3E%3C%2FmxGraphModel%&lt;/span&gt;&lt;/span&gt;&lt;/font&gt;&lt;/span&gt;&lt;span&gt;&lt;font&gt;&lt;span style=&quot;color: rgb(71, 71, 71); font-family: Arial, sans-serif; text-align: start;&quot;&gt;&lt;font style=&quot;font-size: 7px;&quot;&gt;)&lt;/font&gt;&lt;/span&gt;&lt;/font&gt;&lt;/span&gt;" style="text;html=1;align=center;verticalAlign=middle;whiteSpace=wrap;rounded=0;" parent="1" vertex="1">
          <mxGeometry x="190" y="320" width="50" height="20" as="geometry" />
        </mxCell>
        <mxCell id="4tRv8Omye4SSDMSUdsZj-31" value="&lt;font&gt;.&lt;/font&gt;" style="text;html=1;align=center;verticalAlign=middle;whiteSpace=wrap;rounded=0;fontSize=47;" parent="1" vertex="1">
          <mxGeometry x="310" y="471" width="20" height="30" as="geometry" />
        </mxCell>
        <mxCell id="4tRv8Omye4SSDMSUdsZj-33" value="&lt;font&gt;.&lt;/font&gt;" style="text;html=1;align=center;verticalAlign=middle;whiteSpace=wrap;rounded=0;fontSize=47;" parent="1" vertex="1">
          <mxGeometry x="290" y="287" width="20" height="30" as="geometry" />
        </mxCell>
        <mxCell id="4tRv8Omye4SSDMSUdsZj-34" value="&lt;font&gt;.&lt;/font&gt;" style="text;html=1;align=center;verticalAlign=middle;whiteSpace=wrap;rounded=0;fontSize=47;" parent="1" vertex="1">
          <mxGeometry x="260" y="301" width="20" height="30" as="geometry" />
        </mxCell>
        <mxCell id="4tRv8Omye4SSDMSUdsZj-35" value="&lt;span style=&quot;font-size: 7px;&quot;&gt;S&lt;/span&gt;" style="text;html=1;align=center;verticalAlign=middle;whiteSpace=wrap;rounded=0;fontSize=9;" parent="1" vertex="1">
          <mxGeometry x="89" y="307" width="22" height="10" as="geometry" />
        </mxCell>
        <mxCell id="4tRv8Omye4SSDMSUdsZj-36" value="" style="endArrow=none;html=1;rounded=0;exitX=0.333;exitY=0.008;exitDx=0;exitDy=0;exitPerimeter=0;entryX=0.339;entryY=0.005;entryDx=0;entryDy=0;entryPerimeter=0;" parent="1" source="4tRv8Omye4SSDMSUdsZj-11" target="6h7fnUpnQVIAR-fBUBs6-6" edge="1">
          <mxGeometry width="50" height="50" relative="1" as="geometry">
            <mxPoint x="176" y="325" as="sourcePoint" />
            <mxPoint x="226" y="275" as="targetPoint" />
            <Array as="points">
              <mxPoint x="100" y="290" />
              <mxPoint x="561" y="290" />
            </Array>
          </mxGeometry>
        </mxCell>
        <mxCell id="4tRv8Omye4SSDMSUdsZj-38" value="GPIO(PC1)" style="text;html=1;align=center;verticalAlign=middle;whiteSpace=wrap;rounded=0;fontSize=9;" parent="1" vertex="1">
          <mxGeometry x="531" y="307" width="63" height="30" as="geometry" />
        </mxCell>
        <mxCell id="4tRv8Omye4SSDMSUdsZj-39" value="&lt;div style=&quot;line-height: 90%;&quot;&gt;&lt;h1 style=&quot;margin-top: 0px; line-height: 90%;&quot;&gt;&lt;font style=&quot;font-size: 30px; line-height: 90%;&quot;&gt;Voltage&lt;/font&gt;&lt;/h1&gt;&lt;p&gt;&lt;font style=&quot;font-size: 16px; line-height: 90%;&quot;&gt;Motor Driver :&amp;nbsp;&lt;span style=&quot;white-space: pre;&quot;&gt;&#x9;&lt;/span&gt;&lt;span style=&quot;white-space: pre;&quot;&gt;&#x9;&lt;/span&gt;9V&lt;/font&gt;&lt;/p&gt;&lt;p&gt;&lt;font style=&quot;font-size: 16px;&quot;&gt;UltraSonic :&lt;span style=&quot;white-space: pre;&quot;&gt;&#x9;&lt;/span&gt;&lt;span style=&quot;white-space: pre;&quot;&gt;&#x9;&lt;/span&gt;5V&lt;/font&gt;&lt;/p&gt;&lt;p&gt;&lt;font style=&quot;font-size: 16px;&quot;&gt;1ch Relay : &lt;span style=&quot;white-space: pre;&quot;&gt;&#x9;&lt;/span&gt;&lt;span style=&quot;white-space: pre;&quot;&gt;&#x9;&lt;/span&gt;5V&lt;/font&gt;&lt;/p&gt;&lt;p&gt;&lt;font style=&quot;font-size: 16px; line-height: 50%;&quot;&gt;Other sensors : &lt;span style=&quot;white-space: pre;&quot;&gt;&#x9;&lt;/span&gt;3.3V&lt;/font&gt;&lt;/p&gt;&lt;/div&gt;" style="text;html=1;whiteSpace=wrap;overflow=hidden;rounded=0;" parent="1" vertex="1">
          <mxGeometry x="50" y="20" width="190" height="140" as="geometry" />
        </mxCell>
      </root>
    </mxGraphModel>
  </diagram>
  <diagram id="8WRU5gpG5O-Uy3WxRE3U" name="페이지-2">
    <mxGraphModel dx="347" dy="208" grid="1" gridSize="10" guides="1" tooltips="1" connect="1" arrows="1" fold="1" page="1" pageScale="1" pageWidth="1169" pageHeight="827" math="0" shadow="0">
      <root>
        <mxCell id="0" />
        <mxCell id="1" parent="0" />
        <mxCell id="GE8YrGKLtb5FdR8gtBuv-1" value="&lt;font&gt;모터 드라이버&lt;/font&gt;&lt;div&gt;&lt;font style=&quot;font-size: 10px;&quot;&gt;(L298N&lt;span style=&quot;background-color: transparent; color: light-dark(rgb(0, 0, 0), rgb(255, 255, 255));&quot;&gt;)&lt;/span&gt;&lt;/font&gt;&lt;/div&gt;" style="rounded=0;whiteSpace=wrap;html=1;fillColor=#f5f5f5;fontColor=#333333;strokeColor=#666666;" vertex="1" parent="1">
          <mxGeometry x="240" y="120" width="160" height="120" as="geometry" />
        </mxCell>
        <mxCell id="JdI1R0M08_0PKqST_eyK-1" value="&lt;font&gt;DC 모터&lt;/font&gt;" style="rounded=0;whiteSpace=wrap;html=1;" vertex="1" parent="1">
          <mxGeometry x="50" y="120" width="110" height="70" as="geometry" />
        </mxCell>
        <mxCell id="JdI1R0M08_0PKqST_eyK-2" value="" style="endArrow=none;html=1;rounded=0;exitX=1;exitY=0.286;exitDx=0;exitDy=0;exitPerimeter=0;entryX=0.01;entryY=0.187;entryDx=0;entryDy=0;entryPerimeter=0;" edge="1" parent="1" source="JdI1R0M08_0PKqST_eyK-1">
          <mxGeometry width="50" height="50" relative="1" as="geometry">
            <mxPoint x="157.74000000000004" y="140.00000000000003" as="sourcePoint" />
            <mxPoint x="240.00000000000003" y="140.04" as="targetPoint" />
          </mxGeometry>
        </mxCell>
        <mxCell id="JdI1R0M08_0PKqST_eyK-3" value="" style="endArrow=none;html=1;rounded=0;exitX=0.994;exitY=0.32;exitDx=0;exitDy=0;exitPerimeter=0;" edge="1" parent="1">
          <mxGeometry width="50" height="50" relative="1" as="geometry">
            <mxPoint x="160" y="170" as="sourcePoint" />
            <mxPoint x="240" y="170" as="targetPoint" />
          </mxGeometry>
        </mxCell>
      </root>
    </mxGraphModel>
  </diagram>
</mxfile>
